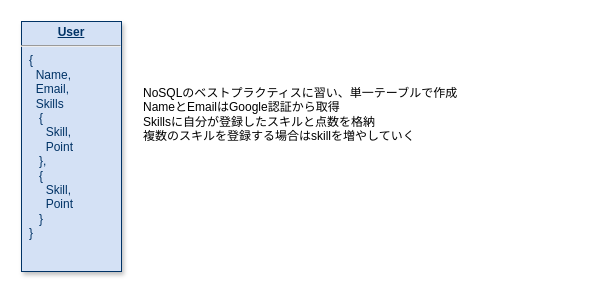
Before: ER図.drawio in yutasuzuki0206/skill_map, a draw.io diagram. Source tidied: cells renumbered, new cells numbered last; positions are measured from the earlier drawing's top-left corner, leaving out a move shared by most shapes. Both pictures are drawn from the tidied source at 100%, with x=0, y=0 at pixel (21, 21).
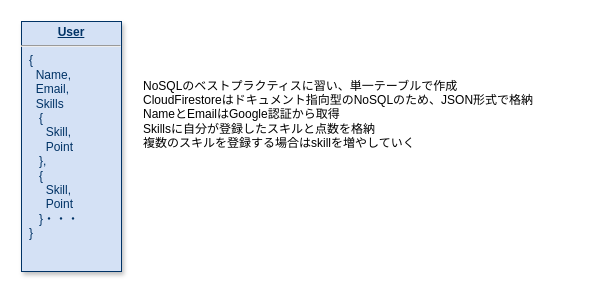
Above is the later version.

Commit message:
ER図.drawio を更新します

Diff of the diagram source:
```diff
@@
 <mxGraphModel background="#ffffff">
   <root>
     <mxCell id="0" />
     <mxCell id="1" parent="0" />
-    <mxCell id="2" value="&lt;p style=&quot;margin: 0px ; margin-top: 4px ; text-align: center ; text-decoration: underline&quot;&gt;&lt;strong&gt;User&lt;/strong&gt;&lt;/p&gt;&lt;hr&gt;&lt;p style=&quot;margin: 0px ; margin-left: 8px&quot;&gt;{&lt;/p&gt;&lt;p style=&quot;margin: 0px ; margin-left: 8px&quot;&gt;&amp;nbsp; Name,&lt;/p&gt;&lt;p style=&quot;margin: 0px ; margin-left: 8px&quot;&gt;&lt;span&gt;&amp;nbsp; Email,&lt;/span&gt;&lt;/p&gt;&lt;p style=&quot;margin: 0px ; margin-left: 8px&quot;&gt;&amp;nbsp; Skills&lt;/p&gt;&lt;p style=&quot;margin: 0px ; margin-left: 8px&quot;&gt;&amp;nbsp; &amp;nbsp;{&lt;/p&gt;&lt;p style=&quot;margin: 0px ; margin-left: 8px&quot;&gt;&amp;nbsp; &amp;nbsp; &amp;nbsp;Skill,&lt;/p&gt;&lt;p style=&quot;margin: 0px ; margin-left: 8px&quot;&gt;&amp;nbsp; &amp;nbsp; &amp;nbsp;Point&lt;/p&gt;&lt;p style=&quot;margin: 0px ; margin-left: 8px&quot;&gt;&amp;nbsp; &amp;nbsp;},&lt;/p&gt;&lt;p style=&quot;margin: 0px 0px 0px 8px&quot;&gt;&amp;nbsp; &amp;nbsp;{&lt;/p&gt;&lt;p style=&quot;margin: 0px 0px 0px 8px&quot;&gt;&amp;nbsp; &amp;nbsp; &amp;nbsp;Skill,&lt;/p&gt;&lt;p style=&quot;margin: 0px 0px 0px 8px&quot;&gt;&amp;nbsp; &amp;nbsp; &amp;nbsp;Point&lt;/p&gt;&lt;p style=&quot;margin: 0px 0px 0px 8px&quot;&gt;&amp;nbsp; &amp;nbsp;}&lt;/p&gt;&lt;p style=&quot;margin: 0px ; margin-left: 8px&quot;&gt;}&lt;/p&gt;" style="verticalAlign=top;align=left;overflow=fill;fontSize=12;fontFamily=Helvetica;html=1;strokeColor=#003366;shadow=1;fillColor=#D4E1F5;fontColor=#003366;" parent="1" vertex="1">
+    <mxCell id="2" value="&lt;p style=&quot;margin: 0px ; margin-top: 4px ; text-align: center ; text-decoration: underline&quot;&gt;&lt;strong&gt;User&lt;/strong&gt;&lt;/p&gt;&lt;hr&gt;&lt;p style=&quot;margin: 0px ; margin-left: 8px&quot;&gt;{&lt;/p&gt;&lt;p style=&quot;margin: 0px ; margin-left: 8px&quot;&gt;&amp;nbsp; Name,&lt;/p&gt;&lt;p style=&quot;margin: 0px ; margin-left: 8px&quot;&gt;&lt;span&gt;&amp;nbsp; Email,&lt;/span&gt;&lt;/p&gt;&lt;p style=&quot;margin: 0px ; margin-left: 8px&quot;&gt;&amp;nbsp; Skills&lt;/p&gt;&lt;p style=&quot;margin: 0px ; margin-left: 8px&quot;&gt;&amp;nbsp; &amp;nbsp;{&lt;/p&gt;&lt;p style=&quot;margin: 0px ; margin-left: 8px&quot;&gt;&amp;nbsp; &amp;nbsp; &amp;nbsp;Skill,&lt;/p&gt;&lt;p style=&quot;margin: 0px ; margin-left: 8px&quot;&gt;&amp;nbsp; &amp;nbsp; &amp;nbsp;Point&lt;/p&gt;&lt;p style=&quot;margin: 0px ; margin-left: 8px&quot;&gt;&amp;nbsp; &amp;nbsp;},&lt;/p&gt;&lt;p style=&quot;margin: 0px 0px 0px 8px&quot;&gt;&amp;nbsp; &amp;nbsp;{&lt;/p&gt;&lt;p style=&quot;margin: 0px 0px 0px 8px&quot;&gt;&amp;nbsp; &amp;nbsp; &amp;nbsp;Skill,&lt;/p&gt;&lt;p style=&quot;margin: 0px 0px 0px 8px&quot;&gt;&amp;nbsp; &amp;nbsp; &amp;nbsp;Point&lt;/p&gt;&lt;p style=&quot;margin: 0px 0px 0px 8px&quot;&gt;&amp;nbsp; &amp;nbsp;}・・・&lt;/p&gt;&lt;p style=&quot;margin: 0px ; margin-left: 8px&quot;&gt;}&lt;/p&gt;" style="verticalAlign=top;align=left;overflow=fill;fontSize=12;fontFamily=Helvetica;html=1;strokeColor=#003366;shadow=1;fillColor=#D4E1F5;fontColor=#003366;" parent="1" vertex="1">
       <mxGeometry width="100" height="250" as="geometry" />
     </mxCell>
-    <mxCell id="3" value="NoSQLのベストプラクティスに習い、単一テーブルで作成&lt;br&gt;NameとEmailはGoogle認証から取得&lt;br&gt;Skillsに自分が登録したスキルと点数を格納&lt;br&gt;複数のスキルを登録する場合はskillを増やしていく" style="text;html=1;strokeColor=none;fillColor=none;align=left;verticalAlign=middle;whiteSpace=wrap;rounded=0;" parent="1" vertex="1">
-      <mxGeometry x="120" y="65" width="350" height="55" as="geometry" />
+    <mxCell id="3" value="NoSQLのベストプラクティスに習い、単一テーブルで作成&lt;br&gt;CloudFirestoreはドキュメント指向型のNoSQLのため、JSON形式で格納&lt;br&gt;NameとEmailはGoogle認証から取得&lt;br&gt;Skillsに自分が登録したスキルと点数を格納&lt;br&gt;複数のスキルを登録する場合はskillを増やしていく" style="text;html=1;strokeColor=none;fillColor=none;align=left;verticalAlign=middle;whiteSpace=wrap;rounded=0;" parent="1" vertex="1">
+      <mxGeometry x="120" y="65" width="440" height="55" as="geometry" />
     </mxCell>
   </root>
 </mxGraphModel>
```
